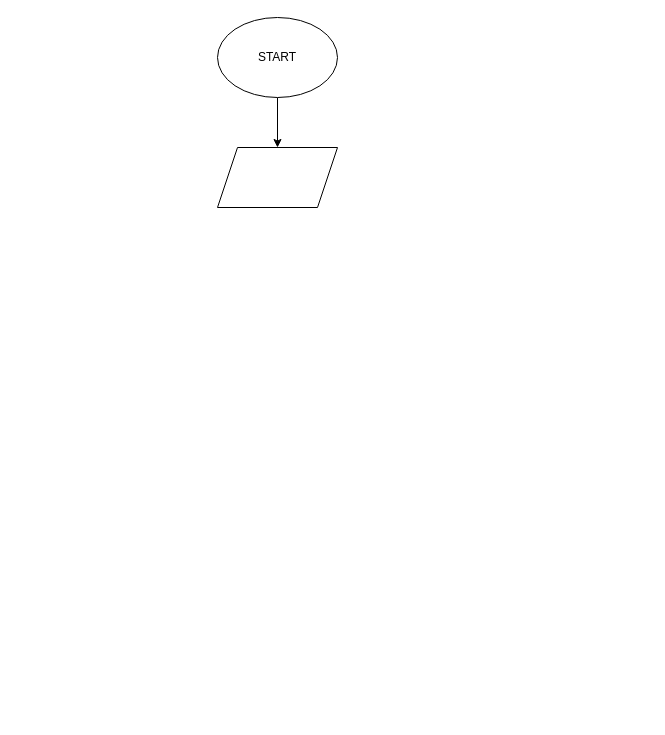
The draw.io diagram z2.drawio in maciejwaloszczyk/drawio, before the edit. Source tidied: cells renumbered, new cells numbered last; positions are measured from the earlier drawing's top-left corner, leaving out a move shared by most shapes. Both pictures are drawn from the tidied source at 100%, with x=0, y=0 at pixel (217, 17).
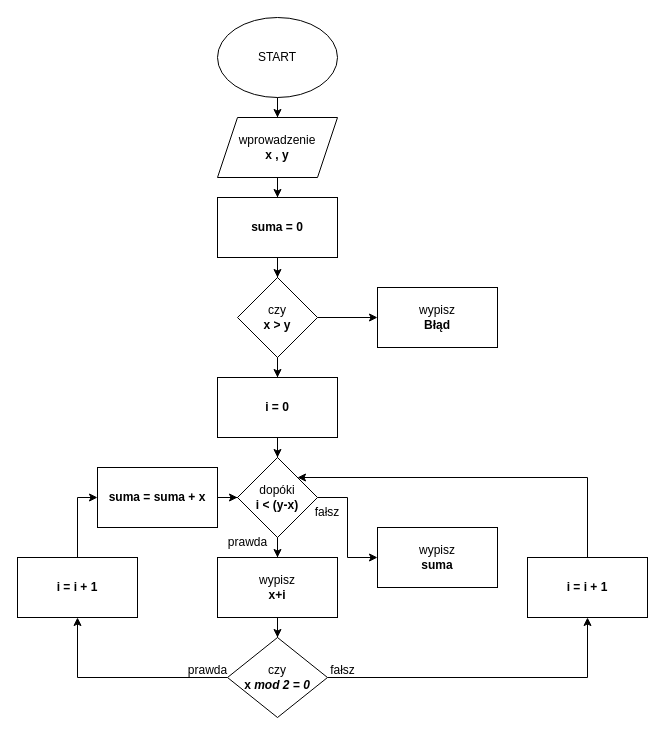
Above is the later version.

Change to the diagram source:
```diff
@@
+    <mxCell id="5" style="edgeStyle=orthogonalEdgeStyle;rounded=0;jettySize=auto;html=1;" parent="1" edge="1" source="4" target="22">
+      <mxGeometry relative="1" as="geometry" />
+    </mxCell>
-    <mxCell id="4" style="shape=parallelogram;perimeter=parallelogramPerimeter;whiteSpace=wrap;html=1;fixedSize=1;" parent="1" vertex="1">
-      <mxGeometry y="130" width="120" height="60" as="geometry" />
+    <mxCell id="4" value="wprowadzenie&lt;div&gt;&lt;b&gt;x , y&lt;/b&gt;&lt;/div&gt;" style="shape=parallelogram;perimeter=parallelogramPerimeter;whiteSpace=wrap;html=1;fixedSize=1;" parent="1" vertex="1">
+      <mxGeometry y="100" width="120" height="60" as="geometry" />
     </mxCell>
+    <mxCell id="6" style="edgeStyle=orthogonalEdgeStyle;rounded=0;jettySize=auto;html=1;" parent="1" edge="1" source="8" target="9">
+      <mxGeometry relative="1" as="geometry" />
+    </mxCell>
+    <mxCell id="7" style="edgeStyle=orthogonalEdgeStyle;rounded=0;jettySize=auto;html=1;" parent="1" edge="1" source="8" target="11">
+      <mxGeometry relative="1" as="geometry" />
+    </mxCell>
+    <mxCell id="8" value="czy&lt;div&gt;&lt;b&gt;x &amp;gt; y&lt;/b&gt;&lt;/div&gt;" style="rhombus;whiteSpace=wrap;html=1;" parent="1" vertex="1">
+      <mxGeometry x="20" y="260" width="80" height="80" as="geometry" />
+    </mxCell>
+    <mxCell id="9" value="wypisz&lt;div&gt;&lt;b&gt;Błąd&lt;/b&gt;&lt;/div&gt;" style="whiteSpace=wrap;html=1;" parent="1" vertex="1">
+      <mxGeometry x="160" y="270" width="120" height="60" as="geometry" />
+    </mxCell>
+    <mxCell id="10" style="edgeStyle=orthogonalEdgeStyle;rounded=0;jettySize=auto;html=1;" parent="1" edge="1" source="11" target="14">
+      <mxGeometry relative="1" as="geometry" />
+    </mxCell>
+    <mxCell id="11" value="&lt;b&gt;i = 0&lt;/b&gt;" style="whiteSpace=wrap;html=1;" parent="1" vertex="1">
+      <mxGeometry y="360" width="120" height="60" as="geometry" />
+    </mxCell>
+    <mxCell id="12" style="edgeStyle=orthogonalEdgeStyle;rounded=0;jettySize=auto;html=1;" parent="1" edge="1" source="14" target="16">
+      <mxGeometry relative="1" as="geometry" />
+    </mxCell>
+    <mxCell id="13" style="edgeStyle=orthogonalEdgeStyle;rounded=0;jettySize=auto;html=1;" parent="1" edge="1" source="14" target="31">
+      <mxGeometry relative="1" as="geometry" />
+    </mxCell>
+    <mxCell id="14" value="dopóki&lt;div&gt;&lt;b&gt;i &amp;lt; (y-x)&lt;/b&gt;&lt;/div&gt;" style="rhombus;whiteSpace=wrap;html=1;" parent="1" vertex="1">
+      <mxGeometry x="20" y="440" width="80" height="80" as="geometry" />
+    </mxCell>
+    <mxCell id="15" style="edgeStyle=orthogonalEdgeStyle;rounded=0;jettySize=auto;html=1;" parent="1" edge="1" source="16" target="19">
+      <mxGeometry relative="1" as="geometry" />
+    </mxCell>
+    <mxCell id="16" value="wypisz&lt;div&gt;&lt;b&gt;x+i&lt;/b&gt;&lt;/div&gt;" style="whiteSpace=wrap;html=1;" parent="1" vertex="1">
+      <mxGeometry y="540" width="120" height="60" as="geometry" />
+    </mxCell>
+    <mxCell id="17" style="edgeStyle=orthogonalEdgeStyle;rounded=0;jettySize=auto;html=1;entryX=0.5;entryY=1;entryDx=0;entryDy=0;" parent="1" edge="1" source="19" target="30">
+      <mxGeometry relative="1" as="geometry">
+        <Array as="points">
+          <mxPoint x="370" y="660" />
+        </Array>
+      </mxGeometry>
+    </mxCell>
+    <mxCell id="18" style="edgeStyle=orthogonalEdgeStyle;rounded=0;jettySize=auto;html=1;exitX=0;exitY=0.5;exitDx=0;exitDy=0;entryX=0.5;entryY=1;entryDx=0;entryDy=0;" parent="1" edge="1" source="19" target="27">
+      <mxGeometry relative="1" as="geometry">
+        <Array as="points">
+          <mxPoint x="-140" y="660" />
+        </Array>
+      </mxGeometry>
+    </mxCell>
+    <mxCell id="19" value="czy&lt;div&gt;&lt;b&gt;x &lt;i&gt;mod 2 = 0&lt;/i&gt;&lt;/b&gt;&lt;/div&gt;" style="rhombus;whiteSpace=wrap;html=1;" parent="1" vertex="1">
+      <mxGeometry x="10" y="620" width="100" height="80" as="geometry" />
+    </mxCell>
+    <mxCell id="20" value="fałsz" style="text;html=1;align=center;verticalAlign=middle;strokeColor=none;fillColor=none;" parent="1" vertex="1">
+      <mxGeometry x="100" y="638" width="50" height="30" as="geometry" />
+    </mxCell>
+    <mxCell id="21" style="edgeStyle=orthogonalEdgeStyle;rounded=0;jettySize=auto;html=1;entryX=0.5;entryY=0;entryDx=0;entryDy=0;" parent="1" edge="1" source="22" target="8">
+      <mxGeometry relative="1" as="geometry" />
+    </mxCell>
+    <mxCell id="22" value="&lt;b&gt;suma = 0&lt;/b&gt;" style="rounded=0;whiteSpace=wrap;html=1;" parent="1" vertex="1">
+      <mxGeometry y="180" width="120" height="60" as="geometry" />
+    </mxCell>
+    <mxCell id="23" style="edgeStyle=orthogonalEdgeStyle;rounded=0;jettySize=auto;html=1;" parent="1" edge="1" source="24" target="14">
+      <mxGeometry relative="1" as="geometry" />
+    </mxCell>
+    <mxCell id="24" value="&lt;b&gt;suma = suma + x&lt;/b&gt;" style="rounded=0;whiteSpace=wrap;html=1;" parent="1" vertex="1">
+      <mxGeometry x="-120" y="450" width="120" height="60" as="geometry" />
+    </mxCell>
+    <mxCell id="25" value="prawda" style="text;html=1;align=center;verticalAlign=middle;strokeColor=none;fillColor=none;" parent="1" vertex="1">
+      <mxGeometry x="-40" y="638" width="60" height="30" as="geometry" />
+    </mxCell>
+    <mxCell id="26" style="edgeStyle=orthogonalEdgeStyle;rounded=0;jettySize=auto;html=1;entryX=0;entryY=0.5;entryDx=0;entryDy=0;" parent="1" edge="1" source="27" target="24">
+      <mxGeometry relative="1" as="geometry" />
+    </mxCell>
+    <mxCell id="27" value="&lt;b&gt;i = i + 1&lt;/b&gt;" style="rounded=0;whiteSpace=wrap;html=1;" parent="1" vertex="1">
+      <mxGeometry x="-200" y="540" width="120" height="60" as="geometry" />
+    </mxCell>
+    <mxCell id="28" value="prawda" style="text;html=1;align=center;verticalAlign=middle;strokeColor=none;fillColor=none;" parent="1" vertex="1">
+      <mxGeometry y="510" width="60" height="30" as="geometry" />
+    </mxCell>
+    <mxCell id="29" style="edgeStyle=orthogonalEdgeStyle;rounded=0;jettySize=auto;html=1;entryX=1;entryY=0;entryDx=0;entryDy=0;" parent="1" edge="1" source="30" target="14">
+      <mxGeometry relative="1" as="geometry">
+        <Array as="points">
+          <mxPoint x="370" y="460" />
+        </Array>
+      </mxGeometry>
+    </mxCell>
+    <mxCell id="30" value="&lt;b&gt;i = i + 1&lt;/b&gt;" style="rounded=0;whiteSpace=wrap;html=1;" parent="1" vertex="1">
+      <mxGeometry x="310" y="540" width="120" height="60" as="geometry" />
+    </mxCell>
+    <mxCell id="31" value="wypisz&lt;div&gt;&lt;b&gt;suma&lt;/b&gt;&lt;/div&gt;" style="rounded=0;whiteSpace=wrap;html=1;" parent="1" vertex="1">
+      <mxGeometry x="160" y="510" width="120" height="60" as="geometry" />
+    </mxCell>
+    <mxCell id="32" value="fałsz" style="text;html=1;align=center;verticalAlign=middle;whiteSpace=wrap;rounded=0;" parent="1" vertex="1">
+      <mxGeometry x="80" y="480" width="60" height="30" as="geometry" />
+    </mxCell>
```
